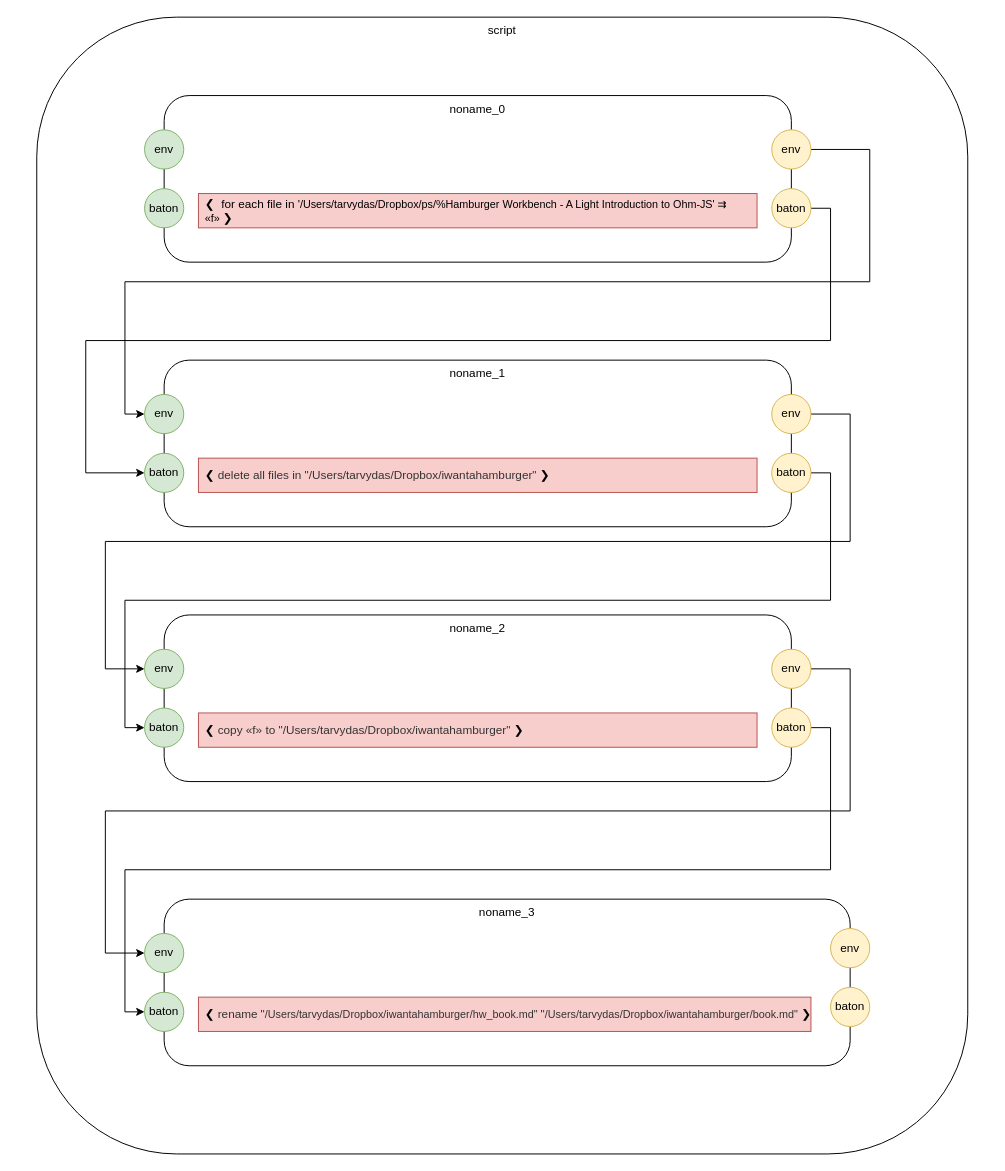
Above: script.drawio in guitarvydas/hamburgerworkbenchD0D (draw.io), before the change. Source tidied: cells renumbered, new cells numbered last; positions are measured from the earlier drawing's top-left corner, leaving out a move shared by most shapes. Both pictures are drawn from the tidied source at 98%, with x=0, y=0 at pixel (36, 17).
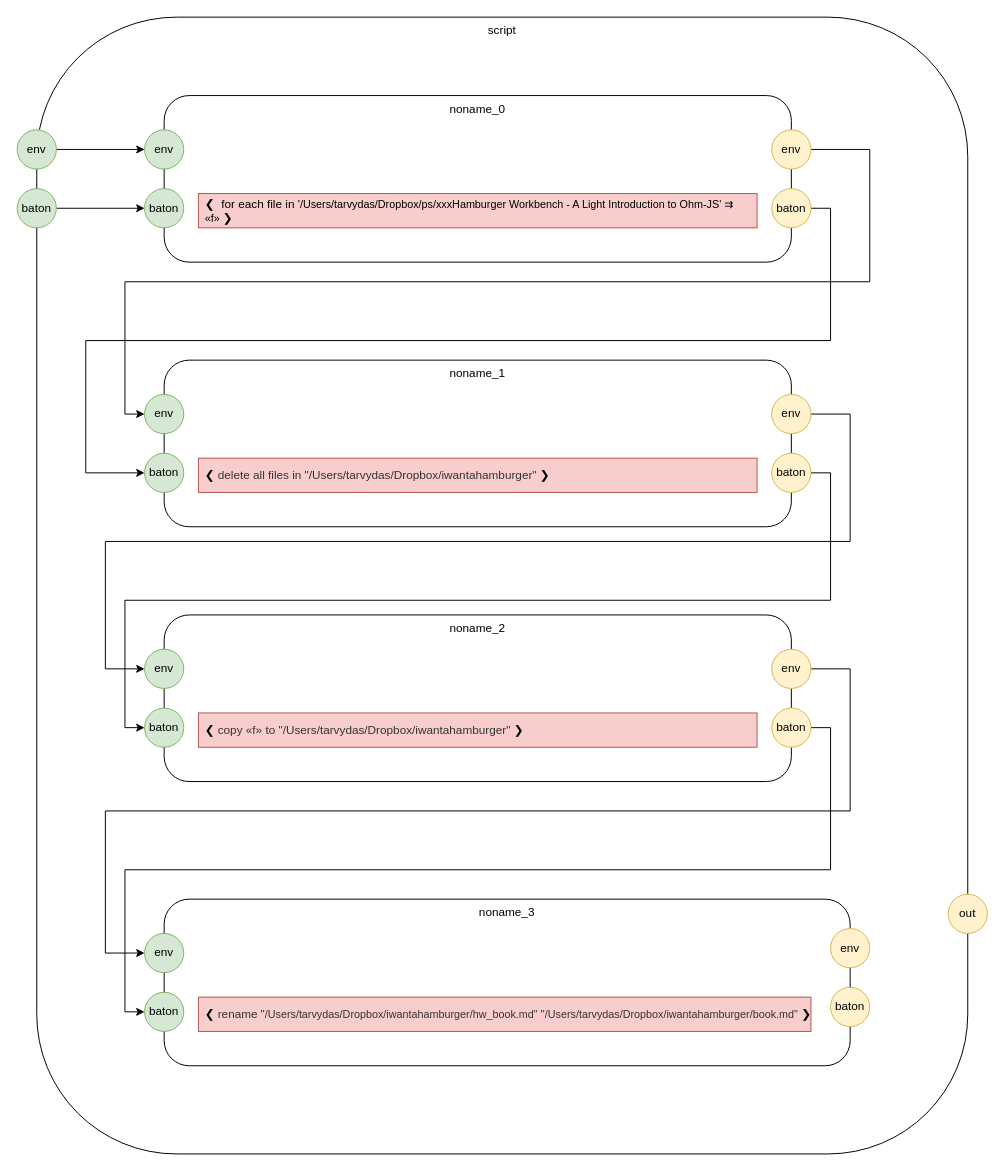
The same page after the edit.

Unchanged cells that the change refers to:
```xml
<mxCell id="4" value="env" style="ellipse;whiteSpace=wrap;html=1;align=center;fillColor=#d5e8d4;strokeColor=#82b366;" parent="1" vertex="1">
  <mxGeometry x="110" y="115" width="40" height="40" as="geometry" />
</mxCell>
<mxCell id="10" value="baton" style="ellipse;whiteSpace=wrap;html=1;align=center;fillColor=#d5e8d4;strokeColor=#82b366;" parent="1" vertex="1">
  <mxGeometry x="110" y="175" width="40" height="40" as="geometry" />
</mxCell>
```

Change to the diagram source:
```diff
@@
-    <mxCell id="7" value="&lt;span style=&quot;text-align: center&quot;&gt;❮&lt;/span&gt;&amp;nbsp; for each file in '&lt;span style=&quot;font-size: 11px&quot;&gt;/Users/tarvydas/Dropbox/ps/%Hamburger Workbench - A Light Introduction to Ohm-JS'&amp;nbsp;&lt;/span&gt;&lt;span style=&quot;font-size: 11px&quot;&gt;⇉ «f»&amp;nbsp;&lt;/span&gt;❯" style="rounded=0;whiteSpace=wrap;html=1;align=left;fillColor=#f8cecc;strokeColor=#b85450;spacingLeft=5;" parent="1" vertex="1">
+    <mxCell id="7" value="&lt;span style=&quot;text-align: center&quot;&gt;❮&lt;/span&gt;&amp;nbsp; for each file in '&lt;span style=&quot;font-size: 11px&quot;&gt;/Users/tarvydas/Dropbox/ps/xxxHamburger Workbench - A Light Introduction to Ohm-JS'&amp;nbsp;&lt;/span&gt;&lt;span style=&quot;font-size: 11px&quot;&gt;⇉ «f»&amp;nbsp;&lt;/span&gt;❯" style="rounded=0;whiteSpace=wrap;html=1;align=left;fillColor=#f8cecc;strokeColor=#b85450;spacingLeft=5;" parent="1" vertex="1">
       <mxGeometry x="165" y="180" width="570" height="35" as="geometry" />
     </mxCell>
@@
+    <mxCell id="33" style="edgeStyle=orthogonalEdgeStyle;rounded=0;jettySize=auto;html=1;exitX=1;exitY=0.5;exitDx=0;exitDy=0;entryX=0;entryY=0.5;entryDx=0;entryDy=0;" parent="1" edge="1" source="34" target="4">
+      <mxGeometry relative="1" as="geometry" />
+    </mxCell>
+    <mxCell id="34" value="env" style="ellipse;whiteSpace=wrap;html=1;align=center;fillColor=#d5e8d4;strokeColor=#82b366;" parent="1" vertex="1">
+      <mxGeometry x="-20" y="115" width="40" height="40" as="geometry" />
+    </mxCell>
+    <mxCell id="35" style="edgeStyle=orthogonalEdgeStyle;rounded=0;jettySize=auto;html=1;exitX=1;exitY=0.5;exitDx=0;exitDy=0;entryX=0;entryY=0.5;entryDx=0;entryDy=0;" parent="1" edge="1" source="36" target="10">
+      <mxGeometry relative="1" as="geometry" />
+    </mxCell>
+    <mxCell id="36" value="baton" style="ellipse;whiteSpace=wrap;html=1;align=center;fillColor=#d5e8d4;strokeColor=#82b366;" parent="1" vertex="1">
+      <mxGeometry x="-20" y="175" width="40" height="40" as="geometry" />
+    </mxCell>
+    <mxCell id="37" value="out" style="ellipse;whiteSpace=wrap;html=1;align=center;fillColor=#fff2cc;strokeColor=#d6b656;" parent="1" vertex="1">
+      <mxGeometry x="930" y="895" width="40" height="40" as="geometry" />
+    </mxCell>
```
